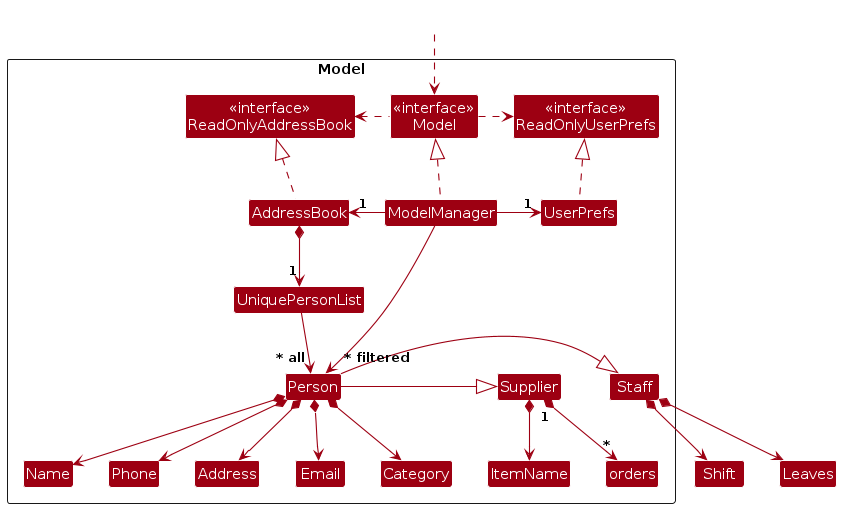
Above: diagrams/ModelClassDiagram.png in AY2526S1-CS2103T-W12-2/tp (PlantUML), before the change. Its source is kept beside it as diagrams/ModelClassDiagram.puml.
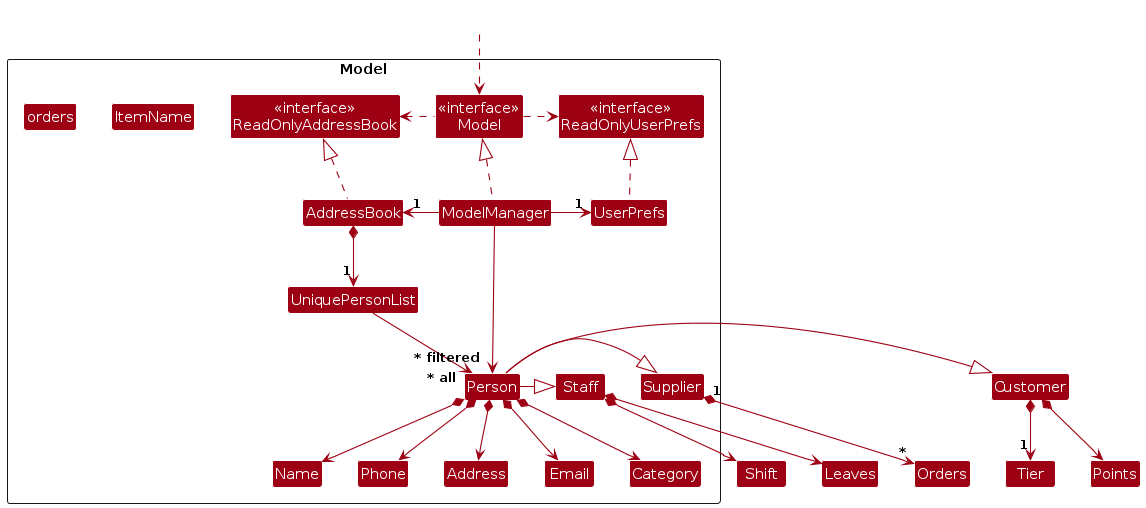
Above is the later version.

Change to the diagram source:
```diff
@@ -60,8 +60,11 @@
 UniquePersonList -[hidden]up-> I
 
 Person -|> Supplier
-Supplier *--> ItemName
-Supplier "1" *--> "*"orders
+Supplier "1" *--> "*"Orders
+
+Person -|> Customer
+Customer *--> "1" Tier
+Customer *--> Points
 
 Name -[hidden]right-> Phone
 Phone -[hidden]right-> Address
```
